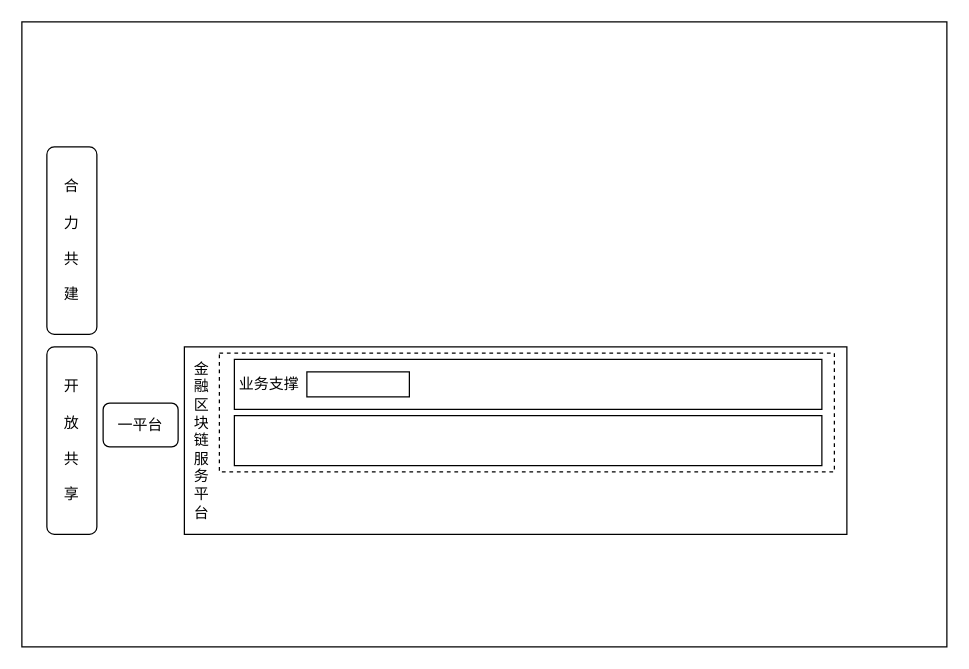
Earlier version of the draw.io diagram 区块链金融服务.drawio (wuchenxi123/draw). Source tidied: cells renumbered, new cells numbered last; positions are measured from the earlier drawing's top-left corner, leaving out a move shared by most shapes. Both pictures are drawn from the tidied source at 125%, with x=0, y=0 at pixel (21, 21).
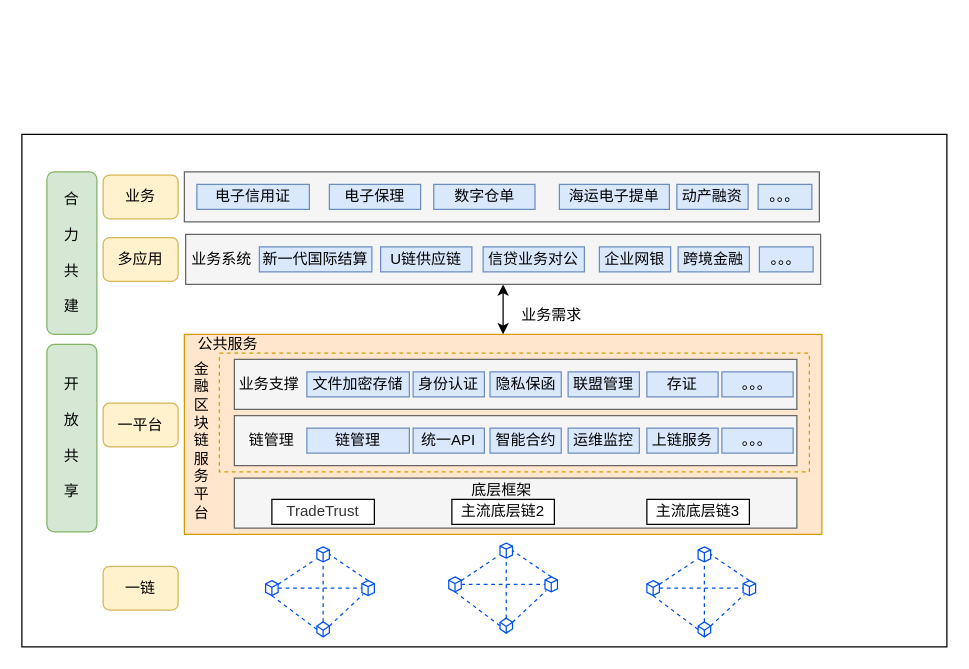
After the change.

Commit message (it also covers changes not shown here):
区块链金融服务.drawio

Diff of the diagram source:
```diff
@@
     <mxCell id="2" style="rounded=0;whiteSpace=wrap;html=1;" parent="1" vertex="1">
-      <mxGeometry width="740" height="500" as="geometry" />
+      <mxGeometry y="90" width="740" height="410" as="geometry" />
     </mxCell>
-    <mxCell id="3" value="开&lt;div&gt;&lt;br&gt;&lt;/div&gt;&lt;div&gt;放&lt;div&gt;&lt;br&gt;&lt;/div&gt;&lt;div&gt;共&lt;/div&gt;&lt;div&gt;&lt;br&gt;&lt;/div&gt;&lt;div&gt;享&lt;/div&gt;&lt;/div&gt;" style="rounded=1;whiteSpace=wrap;html=1;" parent="1" vertex="1">
-      <mxGeometry x="20" y="260" width="40" height="150" as="geometry" />
+    <mxCell id="3" value="开&lt;div&gt;&lt;br&gt;&lt;/div&gt;&lt;div&gt;放&lt;div&gt;&lt;br&gt;&lt;/div&gt;&lt;div&gt;共&lt;/div&gt;&lt;div&gt;&lt;br&gt;&lt;/div&gt;&lt;div&gt;享&lt;/div&gt;&lt;/div&gt;" style="rounded=1;whiteSpace=wrap;html=1;fillColor=#d5e8d4;strokeColor=#82b366;" parent="1" vertex="1">
+      <mxGeometry x="20" y="258" width="40" height="150" as="geometry" />
     </mxCell>
-    <mxCell id="4" value="合&lt;div&gt;&lt;br&gt;&lt;/div&gt;&lt;div&gt;力&lt;div&gt;&lt;br&gt;&lt;/div&gt;&lt;div&gt;共&lt;/div&gt;&lt;div&gt;&lt;br&gt;&lt;/div&gt;&lt;div&gt;建&lt;/div&gt;&lt;/div&gt;" style="rounded=1;whiteSpace=wrap;html=1;" parent="1" vertex="1">
-      <mxGeometry x="20" y="100" width="40" height="150" as="geometry" />
+    <mxCell id="4" value="合&lt;div&gt;&lt;br&gt;&lt;/div&gt;&lt;div&gt;力&lt;div&gt;&lt;br&gt;&lt;/div&gt;&lt;div&gt;共&lt;/div&gt;&lt;div&gt;&lt;br&gt;&lt;/div&gt;&lt;div&gt;建&lt;/div&gt;&lt;/div&gt;" style="rounded=1;whiteSpace=wrap;html=1;fillColor=#d5e8d4;strokeColor=#82b366;" parent="1" vertex="1">
+      <mxGeometry x="20" y="120" width="40" height="130" as="geometry" />
     </mxCell>
-    <mxCell id="5" style="rounded=0;whiteSpace=wrap;html=1;" parent="1" vertex="1">
-      <mxGeometry x="130" y="260" width="530" height="150" as="geometry" />
+    <mxCell id="5" style="rounded=0;whiteSpace=wrap;html=1;fillColor=#ffe6cc;strokeColor=#d79b00;" parent="1" vertex="1">
+      <mxGeometry x="130" y="250" width="510" height="160" as="geometry" />
     </mxCell>
-    <mxCell id="6" value="一平台" style="rounded=1;whiteSpace=wrap;html=1;" parent="1" vertex="1">
+    <mxCell id="6" value="一平台" style="rounded=1;whiteSpace=wrap;html=1;fillColor=#fff2cc;strokeColor=#d6b656;" parent="1" vertex="1">
       <mxGeometry x="65" y="305" width="60" height="35" as="geometry" />
     </mxCell>
@@
-    <mxCell id="8" style="rounded=0;whiteSpace=wrap;html=1;dashed=1;" parent="1" vertex="1">
-      <mxGeometry x="158" y="265" width="492" height="95" as="geometry" />
+    <mxCell id="8" style="rounded=0;whiteSpace=wrap;html=1;dashed=1;fillColor=#ffe6cc;strokeColor=#d79b00;" parent="1" vertex="1">
+      <mxGeometry x="158" y="265" width="472" height="95" as="geometry" />
     </mxCell>
-    <mxCell id="9" style="rounded=0;whiteSpace=wrap;html=1;" parent="1" vertex="1">
-      <mxGeometry x="170" y="270" width="470" height="40" as="geometry" />
+    <mxCell id="9" style="rounded=0;whiteSpace=wrap;html=1;fillColor=#f5f5f5;fontColor=#333333;strokeColor=#666666;" parent="1" vertex="1">
+      <mxGeometry x="170" y="270" width="450" height="40" as="geometry" />
     </mxCell>
-    <mxCell id="10" style="rounded=0;whiteSpace=wrap;html=1;" parent="1" vertex="1">
-      <mxGeometry x="170" y="315" width="470" height="40" as="geometry" />
+    <mxCell id="10" style="rounded=0;whiteSpace=wrap;html=1;fillColor=#f5f5f5;fontColor=#333333;strokeColor=#666666;" parent="1" vertex="1">
+      <mxGeometry x="170" y="315" width="450" height="40" as="geometry" />
     </mxCell>
-    <mxCell id="11" style="rounded=0;whiteSpace=wrap;html=1;" parent="1" vertex="1">
+    <mxCell id="11" value="文件加密存储" style="rounded=0;whiteSpace=wrap;html=1;fillColor=#dae8fc;strokeColor=#6c8ebf;" parent="1" vertex="1">
       <mxGeometry x="228" y="280" width="82" height="20" as="geometry" />
     </mxCell>
@@
+    <mxCell id="13" value="身份认证" style="rounded=0;whiteSpace=wrap;html=1;fillColor=#dae8fc;strokeColor=#6c8ebf;" parent="1" vertex="1">
+      <mxGeometry x="313" y="280" width="57" height="20" as="geometry" />
+    </mxCell>
+    <mxCell id="14" value="隐私保函" style="rounded=0;whiteSpace=wrap;html=1;fillColor=#dae8fc;strokeColor=#6c8ebf;" parent="1" vertex="1">
+      <mxGeometry x="374.5" y="280" width="57" height="20" as="geometry" />
+    </mxCell>
+    <mxCell id="15" value="联盟管理" style="rounded=0;whiteSpace=wrap;html=1;fillColor=#dae8fc;strokeColor=#6c8ebf;" parent="1" vertex="1">
+      <mxGeometry x="437" y="280" width="57" height="20" as="geometry" />
+    </mxCell>
+    <mxCell id="16" value="存证" style="rounded=0;whiteSpace=wrap;html=1;fillColor=#dae8fc;strokeColor=#6c8ebf;" parent="1" vertex="1">
+      <mxGeometry x="500" y="280" width="57" height="20" as="geometry" />
+    </mxCell>
+    <mxCell id="17" value="。。。" style="rounded=0;whiteSpace=wrap;html=1;fillColor=#dae8fc;strokeColor=#6c8ebf;" parent="1" vertex="1">
+      <mxGeometry x="560" y="280" width="57" height="20" as="geometry" />
+    </mxCell>
+    <mxCell id="18" value="链管理" style="rounded=0;whiteSpace=wrap;html=1;fillColor=#dae8fc;strokeColor=#6c8ebf;" parent="1" vertex="1">
+      <mxGeometry x="228" y="325" width="82" height="20" as="geometry" />
+    </mxCell>
+    <mxCell id="19" value="统一API" style="rounded=0;whiteSpace=wrap;html=1;fillColor=#dae8fc;strokeColor=#6c8ebf;" parent="1" vertex="1">
+      <mxGeometry x="313" y="325" width="57" height="20" as="geometry" />
+    </mxCell>
+    <mxCell id="20" value="智能合约" style="rounded=0;whiteSpace=wrap;html=1;fillColor=#dae8fc;strokeColor=#6c8ebf;" parent="1" vertex="1">
+      <mxGeometry x="374.5" y="325" width="57" height="20" as="geometry" />
+    </mxCell>
+    <mxCell id="21" value="运维监控" style="rounded=0;whiteSpace=wrap;html=1;fillColor=#dae8fc;strokeColor=#6c8ebf;" parent="1" vertex="1">
+      <mxGeometry x="437" y="325" width="57" height="20" as="geometry" />
+    </mxCell>
+    <mxCell id="22" value="上链服务" style="rounded=0;whiteSpace=wrap;html=1;fillColor=#dae8fc;strokeColor=#6c8ebf;" parent="1" vertex="1">
+      <mxGeometry x="500" y="325" width="57" height="20" as="geometry" />
+    </mxCell>
+    <mxCell id="23" value="。。。" style="rounded=0;whiteSpace=wrap;html=1;fillColor=#dae8fc;strokeColor=#6c8ebf;" parent="1" vertex="1">
+      <mxGeometry x="560" y="325" width="57" height="20" as="geometry" />
+    </mxCell>
+    <mxCell id="24" value="链管理" style="text;html=1;align=center;verticalAlign=middle;whiteSpace=wrap;rounded=0;" parent="1" vertex="1">
+      <mxGeometry x="170" y="320" width="60" height="30" as="geometry" />
+    </mxCell>
+    <mxCell id="25" style="rounded=0;whiteSpace=wrap;html=1;fillColor=#f5f5f5;fontColor=#333333;strokeColor=#666666;" parent="1" vertex="1">
+      <mxGeometry x="170" y="365" width="450" height="40" as="geometry" />
+    </mxCell>
+    <mxCell id="26" value="底层框架" style="text;html=1;align=center;verticalAlign=middle;whiteSpace=wrap;rounded=0;" parent="1" vertex="1">
+      <mxGeometry x="354" y="360" width="60" height="30" as="geometry" />
+    </mxCell>
+    <mxCell id="27" value="&lt;span style=&quot;color: rgb(51, 51, 51); font-family: 宋体; text-align: justify; text-indent: 32px;&quot;&gt;&lt;font style=&quot;font-size: 12px;&quot;&gt;TradeTrust&lt;/font&gt;&lt;/span&gt;" style="rounded=0;whiteSpace=wrap;html=1;" parent="1" vertex="1">
+      <mxGeometry x="200" y="382" width="82" height="20" as="geometry" />
+    </mxCell>
+    <mxCell id="28" value="主流底层链2" style="rounded=0;whiteSpace=wrap;html=1;" parent="1" vertex="1">
+      <mxGeometry x="344" y="382" width="82" height="20" as="geometry" />
+    </mxCell>
+    <mxCell id="29" value="主流底层链3" style="rounded=0;whiteSpace=wrap;html=1;" parent="1" vertex="1">
+      <mxGeometry x="500" y="382" width="82" height="20" as="geometry" />
+    </mxCell>
+    <mxCell id="30" style="html=1;shape=mxgraph.basic.isocube;isoAngle=15;strokeColor=#0050EF;" parent="1" vertex="1">
+      <mxGeometry x="236" y="420" width="10" height="12" as="geometry" />
+    </mxCell>
+    <mxCell id="31" style="endArrow=none;html=1;rounded=0;dashed=1;strokeColor=#0050EF;" parent="1" edge="1">
+      <mxGeometry relative="1" as="geometry">
+        <mxPoint x="205" y="450" as="sourcePoint" />
+        <mxPoint x="235" y="430" as="targetPoint" />
+      </mxGeometry>
+    </mxCell>
+    <mxCell id="32" style="html=1;shape=mxgraph.basic.isocube;isoAngle=16.5;strokeColor=#0050EF;" parent="1" vertex="1">
+      <mxGeometry x="195" y="447" width="10" height="12" as="geometry" />
+    </mxCell>
+    <mxCell id="33" style="html=1;shape=mxgraph.basic.isocube;isoAngle=20.5;strokeColor=#0050EF;" parent="1" vertex="1">
+      <mxGeometry x="236" y="480" width="10" height="12" as="geometry" />
+    </mxCell>
+    <mxCell id="34" style="html=1;shape=mxgraph.basic.isocube;isoAngle=15;strokeColor=#0050EF;" parent="1" vertex="1">
+      <mxGeometry x="272" y="447" width="10" height="12" as="geometry" />
+    </mxCell>
+    <mxCell id="35" style="endArrow=none;html=1;rounded=0;entryX=1;entryY=0.5;entryDx=0;entryDy=0;entryPerimeter=0;exitX=0.5;exitY=0;exitDx=0;exitDy=0;exitPerimeter=0;dashed=1;strokeColor=#0050EF;" parent="1" edge="1" source="34" target="30">
+      <mxGeometry relative="1" as="geometry" />
+    </mxCell>
+    <mxCell id="36" style="endArrow=none;html=1;rounded=0;exitX=0.5;exitY=1;exitDx=0;exitDy=0;exitPerimeter=0;entryX=0;entryY=0.5;entryDx=0;entryDy=0;entryPerimeter=0;dashed=1;strokeColor=#0050EF;" parent="1" edge="1" source="32" target="33">
+      <mxGeometry relative="1" as="geometry" />
+    </mxCell>
+    <mxCell id="37" style="endArrow=none;html=1;rounded=0;exitX=0;exitY=0;exitDx=10;exitDy=3.336252395631514;exitPerimeter=0;dashed=1;strokeColor=#0050EF;" parent="1" edge="1" source="33">
+      <mxGeometry relative="1" as="geometry">
+        <mxPoint x="273" y="458" as="targetPoint" />
+      </mxGeometry>
+    </mxCell>
+    <mxCell id="38" style="endArrow=none;html=1;rounded=0;exitX=0.5;exitY=0;exitDx=0;exitDy=0;exitPerimeter=0;entryX=0.5;entryY=1;entryDx=0;entryDy=0;entryPerimeter=0;dashed=1;strokeColor=#0050EF;" parent="1" edge="1" source="33" target="30">
+      <mxGeometry relative="1" as="geometry" />
+    </mxCell>
+    <mxCell id="39" style="endArrow=none;html=1;rounded=0;exitX=1;exitY=0.5;exitDx=0;exitDy=0;exitPerimeter=0;entryX=0;entryY=0.5;entryDx=0;entryDy=0;entryPerimeter=0;dashed=1;strokeColor=#0050EF;" parent="1" edge="1" source="32" target="34">
+      <mxGeometry relative="1" as="geometry" />
+    </mxCell>
+    <mxCell id="40" style="html=1;shape=mxgraph.basic.isocube;isoAngle=15;strokeColor=#0050EF;" parent="1" vertex="1">
+      <mxGeometry x="382.5" y="417" width="10" height="12" as="geometry" />
+    </mxCell>
+    <mxCell id="41" style="endArrow=none;html=1;rounded=0;dashed=1;strokeColor=#0050EF;" parent="1" edge="1">
+      <mxGeometry relative="1" as="geometry">
+        <mxPoint x="351.5" y="447" as="sourcePoint" />
+        <mxPoint x="381.5" y="427" as="targetPoint" />
+      </mxGeometry>
+    </mxCell>
+    <mxCell id="42" style="html=1;shape=mxgraph.basic.isocube;isoAngle=16.5;strokeColor=#0050EF;" parent="1" vertex="1">
+      <mxGeometry x="341.5" y="444" width="10" height="12" as="geometry" />
+    </mxCell>
+    <mxCell id="43" style="html=1;shape=mxgraph.basic.isocube;isoAngle=20.5;strokeColor=#0050EF;" parent="1" vertex="1">
+      <mxGeometry x="382.5" y="477" width="10" height="12" as="geometry" />
+    </mxCell>
+    <mxCell id="44" style="html=1;shape=mxgraph.basic.isocube;isoAngle=15;strokeColor=#0050EF;" parent="1" vertex="1">
+      <mxGeometry x="418.5" y="444" width="10" height="12" as="geometry" />
+    </mxCell>
+    <mxCell id="45" style="endArrow=none;html=1;rounded=0;entryX=1;entryY=0.5;entryDx=0;entryDy=0;entryPerimeter=0;exitX=0.5;exitY=0;exitDx=0;exitDy=0;exitPerimeter=0;dashed=1;strokeColor=#0050EF;" parent="1" edge="1" source="44" target="40">
+      <mxGeometry relative="1" as="geometry" />
+    </mxCell>
+    <mxCell id="46" style="endArrow=none;html=1;rounded=0;exitX=0.5;exitY=1;exitDx=0;exitDy=0;exitPerimeter=0;entryX=0;entryY=0.5;entryDx=0;entryDy=0;entryPerimeter=0;dashed=1;strokeColor=#0050EF;" parent="1" edge="1" source="42" target="43">
+      <mxGeometry relative="1" as="geometry" />
+    </mxCell>
+    <mxCell id="47" style="endArrow=none;html=1;rounded=0;exitX=0;exitY=0;exitDx=10;exitDy=3.336252395631514;exitPerimeter=0;dashed=1;strokeColor=#0050EF;" parent="1" edge="1" source="43">
+      <mxGeometry relative="1" as="geometry">
+        <mxPoint x="419.5" y="455" as="targetPoint" />
+      </mxGeometry>
+    </mxCell>
+    <mxCell id="48" style="endArrow=none;html=1;rounded=0;exitX=0.5;exitY=0;exitDx=0;exitDy=0;exitPerimeter=0;entryX=0.5;entryY=1;entryDx=0;entryDy=0;entryPerimeter=0;dashed=1;strokeColor=#0050EF;" parent="1" edge="1" source="43" target="40">
+      <mxGeometry relative="1" as="geometry" />
+    </mxCell>
+    <mxCell id="49" style="endArrow=none;html=1;rounded=0;exitX=1;exitY=0.5;exitDx=0;exitDy=0;exitPerimeter=0;entryX=0;entryY=0.5;entryDx=0;entryDy=0;entryPerimeter=0;dashed=1;strokeColor=#0050EF;" parent="1" edge="1" source="42" target="44">
+      <mxGeometry relative="1" as="geometry" />
+    </mxCell>
+    <mxCell id="50" style="html=1;shape=mxgraph.basic.isocube;isoAngle=15;strokeColor=#0050EF;" parent="1" vertex="1">
+      <mxGeometry x="541" y="420" width="10" height="12" as="geometry" />
+    </mxCell>
+    <mxCell id="51" style="endArrow=none;html=1;rounded=0;dashed=1;strokeColor=#0050EF;" parent="1" edge="1">
+      <mxGeometry relative="1" as="geometry">
+        <mxPoint x="510" y="450" as="sourcePoint" />
+        <mxPoint x="540" y="430" as="targetPoint" />
+      </mxGeometry>
+    </mxCell>
+    <mxCell id="52" style="html=1;shape=mxgraph.basic.isocube;isoAngle=16.5;strokeColor=#0050EF;" parent="1" vertex="1">
+      <mxGeometry x="500" y="447" width="10" height="12" as="geometry" />
+    </mxCell>
+    <mxCell id="53" style="html=1;shape=mxgraph.basic.isocube;isoAngle=20.5;strokeColor=#0050EF;" parent="1" vertex="1">
+      <mxGeometry x="541" y="480" width="10" height="12" as="geometry" />
+    </mxCell>
+    <mxCell id="54" style="html=1;shape=mxgraph.basic.isocube;isoAngle=15;strokeColor=#0050EF;" parent="1" vertex="1">
+      <mxGeometry x="577" y="447" width="10" height="12" as="geometry" />
+    </mxCell>
+    <mxCell id="55" style="endArrow=none;html=1;rounded=0;entryX=1;entryY=0.5;entryDx=0;entryDy=0;entryPerimeter=0;exitX=0.5;exitY=0;exitDx=0;exitDy=0;exitPerimeter=0;dashed=1;strokeColor=#0050EF;" parent="1" edge="1" source="54" target="50">
+      <mxGeometry relative="1" as="geometry" />
+    </mxCell>
+    <mxCell id="56" style="endArrow=none;html=1;rounded=0;exitX=0.5;exitY=1;exitDx=0;exitDy=0;exitPerimeter=0;entryX=0;entryY=0.5;entryDx=0;entryDy=0;entryPerimeter=0;dashed=1;strokeColor=#0050EF;" parent="1" edge="1" source="52" target="53">
+      <mxGeometry relative="1" as="geometry" />
+    </mxCell>
+    <mxCell id="57" style="endArrow=none;html=1;rounded=0;exitX=0;exitY=0;exitDx=10;exitDy=3.336252395631514;exitPerimeter=0;dashed=1;strokeColor=#0050EF;" parent="1" edge="1" source="53">
+      <mxGeometry relative="1" as="geometry">
+        <mxPoint x="578" y="458" as="targetPoint" />
+      </mxGeometry>
+    </mxCell>
+    <mxCell id="58" style="endArrow=none;html=1;rounded=0;exitX=0.5;exitY=0;exitDx=0;exitDy=0;exitPerimeter=0;entryX=0.5;entryY=1;entryDx=0;entryDy=0;entryPerimeter=0;dashed=1;strokeColor=#0050EF;" parent="1" edge="1" source="53" target="50">
+      <mxGeometry relative="1" as="geometry" />
+    </mxCell>
+    <mxCell id="59" style="endArrow=none;html=1;rounded=0;exitX=1;exitY=0.5;exitDx=0;exitDy=0;exitPerimeter=0;entryX=0;entryY=0.5;entryDx=0;entryDy=0;entryPerimeter=0;dashed=1;strokeColor=#0050EF;" parent="1" edge="1" source="52" target="54">
+      <mxGeometry relative="1" as="geometry" />
+    </mxCell>
+    <mxCell id="60" value="公共服务" style="text;html=1;align=center;verticalAlign=middle;whiteSpace=wrap;rounded=0;" parent="1" vertex="1">
+      <mxGeometry x="135" y="243" width="60" height="30" as="geometry" />
+    </mxCell>
+    <mxCell id="61" style="endArrow=classic;startArrow=classic;html=1;rounded=0;exitX=0.5;exitY=0;exitDx=0;exitDy=0;entryX=0.5;entryY=1;entryDx=0;entryDy=0;" parent="1" edge="1" source="5" target="63">
+      <mxGeometry relative="1" as="geometry" />
+    </mxCell>
+    <mxCell id="62" value="业务需求" style="text;html=1;align=center;verticalAlign=middle;whiteSpace=wrap;rounded=0;" parent="1" vertex="1">
+      <mxGeometry x="393.5" y="220" width="60" height="30" as="geometry" />
+    </mxCell>
+    <mxCell id="63" style="rounded=0;whiteSpace=wrap;html=1;fillColor=#f5f5f5;fontColor=#333333;strokeColor=#666666;" parent="1" vertex="1">
+      <mxGeometry x="131" y="170" width="508" height="40" as="geometry" />
+    </mxCell>
+    <mxCell id="64" value="新一代国际结算" style="rounded=0;whiteSpace=wrap;html=1;fillColor=#dae8fc;strokeColor=#6c8ebf;" parent="1" vertex="1">
+      <mxGeometry x="190" y="180" width="90" height="20" as="geometry" />
+    </mxCell>
+    <mxCell id="65" value="业务系统" style="text;html=1;align=center;verticalAlign=middle;whiteSpace=wrap;rounded=0;" parent="1" vertex="1">
+      <mxGeometry x="130" y="175" width="60" height="30" as="geometry" />
+    </mxCell>
+    <mxCell id="66" value="U链供应链" style="rounded=0;whiteSpace=wrap;html=1;fillColor=#dae8fc;strokeColor=#6c8ebf;" parent="1" vertex="1">
+      <mxGeometry x="287" y="180" width="73" height="20" as="geometry" />
+    </mxCell>
+    <mxCell id="67" value="信贷业务对公" style="rounded=0;whiteSpace=wrap;html=1;fillColor=#dae8fc;strokeColor=#6c8ebf;" parent="1" vertex="1">
+      <mxGeometry x="369" y="180" width="81" height="20" as="geometry" />
+    </mxCell>
+    <mxCell id="68" value="企业网银" style="rounded=0;whiteSpace=wrap;html=1;fillColor=#dae8fc;strokeColor=#6c8ebf;" parent="1" vertex="1">
+      <mxGeometry x="462" y="180" width="57" height="20" as="geometry" />
+    </mxCell>
+    <mxCell id="69" value="。。。" style="rounded=0;whiteSpace=wrap;html=1;fillColor=#dae8fc;strokeColor=#6c8ebf;" parent="1" vertex="1">
+      <mxGeometry x="590" y="180" width="43" height="20" as="geometry" />
+    </mxCell>
+    <mxCell id="70" value="跨境金融" style="rounded=0;whiteSpace=wrap;html=1;fillColor=#dae8fc;strokeColor=#6c8ebf;" parent="1" vertex="1">
+      <mxGeometry x="525" y="180" width="57" height="20" as="geometry" />
+    </mxCell>
+    <mxCell id="71" style="rounded=0;whiteSpace=wrap;html=1;fillColor=#f5f5f5;fontColor=#333333;strokeColor=#666666;" parent="1" vertex="1">
+      <mxGeometry x="130" y="120" width="508" height="40" as="geometry" />
+    </mxCell>
+    <mxCell id="72" value="电子信用证" style="rounded=0;whiteSpace=wrap;html=1;fillColor=#dae8fc;strokeColor=#6c8ebf;" parent="1" vertex="1">
+      <mxGeometry x="140" y="130" width="90" height="20" as="geometry" />
+    </mxCell>
+    <mxCell id="73" value="电子保理" style="rounded=0;whiteSpace=wrap;html=1;fillColor=#dae8fc;strokeColor=#6c8ebf;" parent="1" vertex="1">
+      <mxGeometry x="246" y="130" width="73" height="20" as="geometry" />
+    </mxCell>
+    <mxCell id="74" value="数字仓单" style="rounded=0;whiteSpace=wrap;html=1;fillColor=#dae8fc;strokeColor=#6c8ebf;" parent="1" vertex="1">
+      <mxGeometry x="329.5" y="130" width="81" height="20" as="geometry" />
+    </mxCell>
+    <mxCell id="75" value="海运电子提单" style="rounded=0;whiteSpace=wrap;html=1;fillColor=#dae8fc;strokeColor=#6c8ebf;" parent="1" vertex="1">
+      <mxGeometry x="430" y="130" width="88" height="20" as="geometry" />
+    </mxCell>
+    <mxCell id="76" value="。。。" style="rounded=0;whiteSpace=wrap;html=1;fillColor=#dae8fc;strokeColor=#6c8ebf;" parent="1" vertex="1">
+      <mxGeometry x="589" y="130" width="43" height="20" as="geometry" />
+    </mxCell>
+    <mxCell id="77" value="动产融资" style="rounded=0;whiteSpace=wrap;html=1;fillColor=#dae8fc;strokeColor=#6c8ebf;" parent="1" vertex="1">
+      <mxGeometry x="524" y="130" width="57" height="20" as="geometry" />
+    </mxCell>
+    <mxCell id="78" value="一链" style="rounded=1;whiteSpace=wrap;html=1;fillColor=#fff2cc;strokeColor=#d6b656;" parent="1" vertex="1">
+      <mxGeometry x="65" y="435.5" width="60" height="35" as="geometry" />
+    </mxCell>
+    <mxCell id="79" value="多应用" style="rounded=1;whiteSpace=wrap;html=1;fillColor=#fff2cc;strokeColor=#d6b656;" parent="1" vertex="1">
+      <mxGeometry x="65" y="172.5" width="60" height="35" as="geometry" />
+    </mxCell>
+    <mxCell id="80" value="业务" style="rounded=1;whiteSpace=wrap;html=1;fillColor=#fff2cc;strokeColor=#d6b656;" parent="1" vertex="1">
+      <mxGeometry x="65" y="122.5" width="60" height="35" as="geometry" />
+    </mxCell>
```
